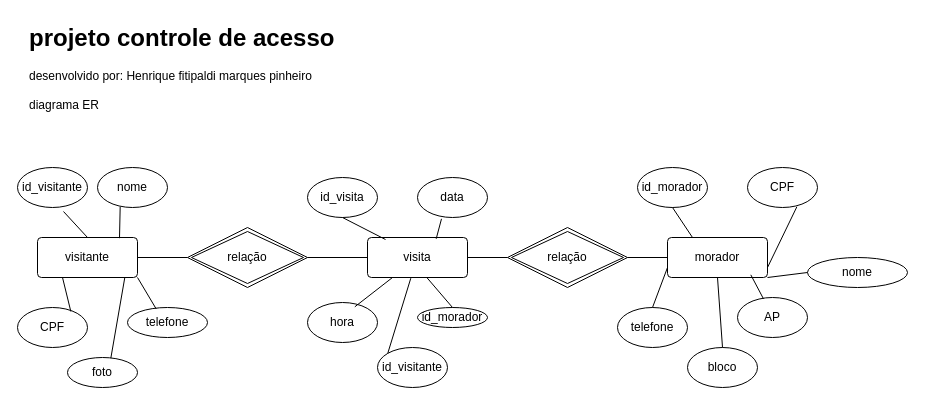
Above: diagrama ER.drawio in mrwire229/3ds (draw.io), before the change. Source tidied: cells renumbered, new cells numbered last; positions are measured from the earlier drawing's top-left corner, leaving out a move shared by most shapes. Both pictures are drawn from the tidied source at 100%, with x=0, y=0 at pixel (17, 17).
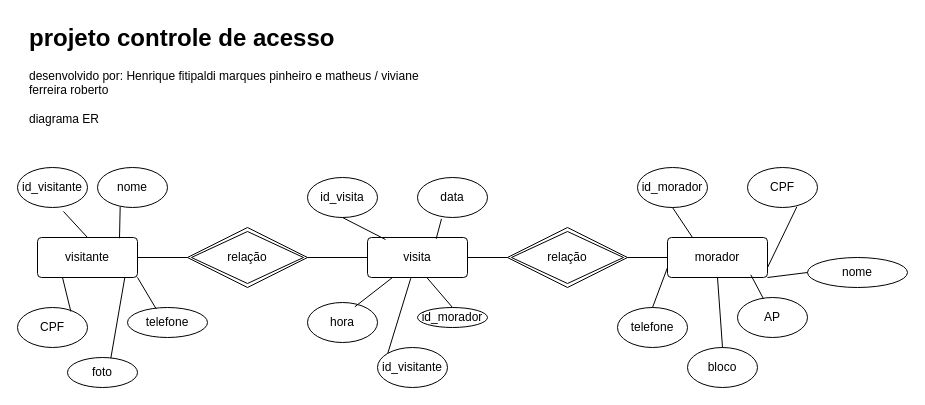
Above is the later version.

What changed in the source:
```diff
@@
-    <mxCell id="43" value="&lt;h1 style=&quot;margin-top: 0px;&quot;&gt;projeto controle de acesso&lt;/h1&gt;&lt;div&gt;desenvolvido por: Henrique fitipaldi marques pinheiro&lt;/div&gt;&lt;div&gt;&lt;br&gt;&lt;/div&gt;&lt;div&gt;diagrama ER&lt;/div&gt;" style="text;html=1;whiteSpace=wrap;overflow=hidden;rounded=0;" parent="1" vertex="1">
+    <mxCell id="43" value="&lt;h1 style=&quot;margin-top: 0px;&quot;&gt;projeto controle de acesso&lt;/h1&gt;&lt;div&gt;desenvolvido por: Henrique fitipaldi marques pinheiro e matheus / viviane ferreira roberto&lt;/div&gt;&lt;div&gt;&lt;br&gt;&lt;/div&gt;&lt;div&gt;diagrama ER&lt;/div&gt;" style="text;html=1;whiteSpace=wrap;overflow=hidden;rounded=0;" parent="1" vertex="1">
       <mxGeometry x="10" width="410" height="120" as="geometry" />
     </mxCell>
```
